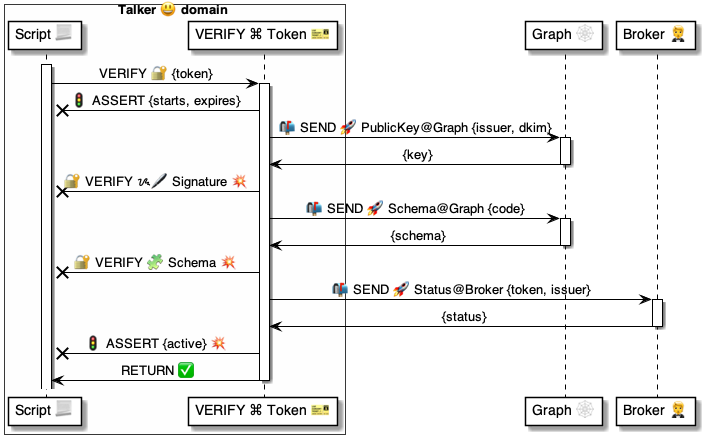
Above: 4 ⚙️ Solution/37 Scripts 📃/📃 Commands ⌘/⌘ for messages 📨/VERIFY 🔐/VERIFY Token 🎫/🔐 VERIFY Token ⚙️ uml.png in pollyweb-org/pollyweb-docs (PlantUML), before the change. Its source is kept beside it as 4 ⚙️ Solution/37 Scripts 📃/📃 Commands ⌘/⌘ for messages 📨/VERIFY 🔐/VERIFY Token 🎫/🔐 VERIFY Token ⚙️ uml.puml.
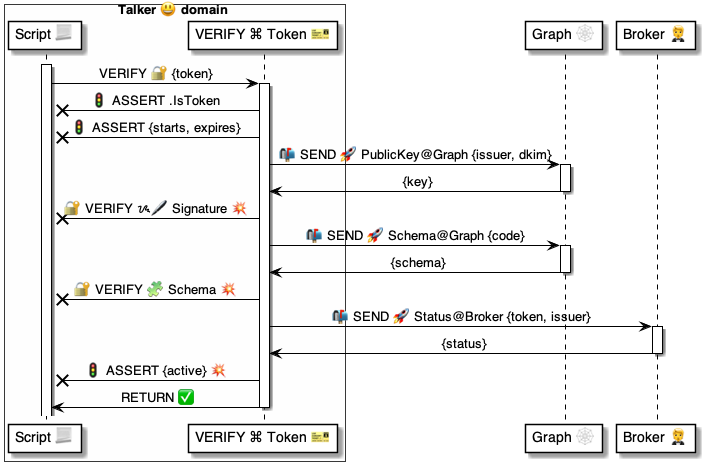
Later version of the same file.

The edit, as a diff of the source:
```diff
@@ -13,6 +13,7 @@
 
 activate verify
 
+    verify -x script: 🚦 ASSERT .IsToken
     verify -x script: 🚦 ASSERT {starts, expires}
 
     verify -> graph: 📬 SEND 🚀 PublicKey@Graph {issuer, dkim}
```
